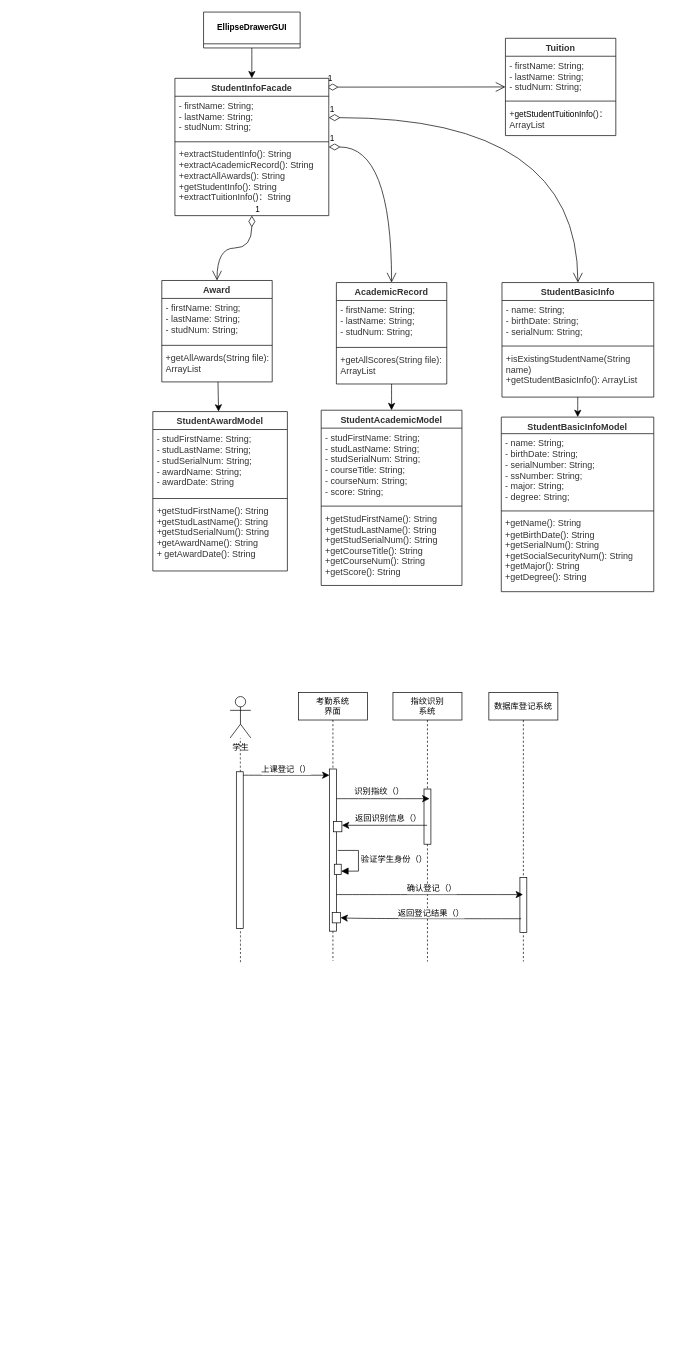
Earlier version of the draw.io diagram page "第 2 页" (2 of 4) of 数据流图.drawio (zhaoziyihbuas/software). Source tidied: cells renumbered, new cells numbered last; positions are measured from the earlier drawing's top-left corner, leaving out a move shared by most shapes. Both pictures are drawn from the tidied source at 69%, with x=0, y=0 at pixel (152, 12).
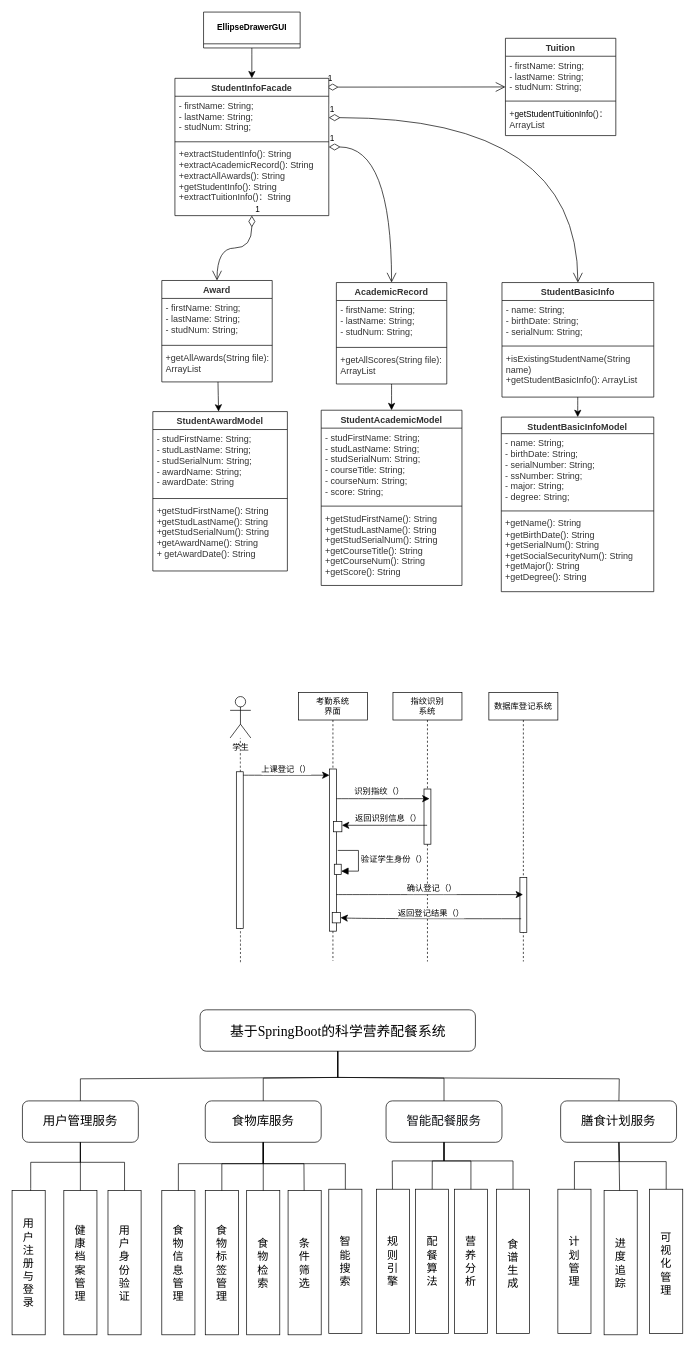
After the change.

Commit message:
毕设系统功能图.drawio

What changed in the source:
```diff
@@
+    <mxCell id="67" value="&lt;p class=&quot;MsoNormal&quot;&gt;&lt;span style=&quot;font-family: 宋体; font-variant-numeric: normal; font-variant-east-asian: normal; font-variant-alternates: normal; font-variant-position: normal; font-variant-emoji: normal; font-size: 15pt;&quot;&gt;&lt;font face=&quot;宋体&quot;&gt;基于&lt;/font&gt;&lt;font face=&quot;Times New Roman&quot;&gt;SpringBoot&lt;/font&gt;&lt;font face=&quot;宋体&quot;&gt;的科学营养配餐系统&lt;/font&gt;&lt;/span&gt;&lt;/p&gt;" style="rounded=1;whiteSpace=wrap;html=1;" parent="1" vertex="1">
+      <mxGeometry x="68.5" y="1446" width="399" height="60" as="geometry" />
+    </mxCell>
+    <mxCell id="68" value="&lt;font style=&quot;font-size: 18px;&quot;&gt;用户管理服务&lt;/font&gt;" style="whiteSpace=wrap;html=1;rounded=1;" parent="1" vertex="1">
+      <mxGeometry x="-189" y="1578" width="168" height="60" as="geometry" />
+    </mxCell>
+    <mxCell id="69" value="&lt;span style=&quot;font-size: medium; background-color: transparent; color: light-dark(rgb(0, 0, 0), rgb(255, 255, 255));&quot;&gt;用&lt;/span&gt;&lt;div&gt;&lt;span style=&quot;font-size: medium; background-color: transparent; color: light-dark(rgb(0, 0, 0), rgb(255, 255, 255));&quot;&gt;户&lt;/span&gt;&lt;div&gt;&lt;font size=&quot;3&quot;&gt;注&lt;/font&gt;&lt;/div&gt;&lt;div&gt;&lt;font size=&quot;3&quot;&gt;册&lt;/font&gt;&lt;/div&gt;&lt;div&gt;&lt;font size=&quot;3&quot;&gt;与&lt;/font&gt;&lt;/div&gt;&lt;div&gt;&lt;font size=&quot;3&quot;&gt;登&lt;/font&gt;&lt;/div&gt;&lt;div&gt;&lt;font size=&quot;3&quot;&gt;录&lt;/font&gt;&lt;/div&gt;&lt;/div&gt;" style="rounded=0;whiteSpace=wrap;html=1;" parent="1" vertex="1">
+      <mxGeometry x="-204" y="1708" width="48" height="209" as="geometry" />
+    </mxCell>
+    <mxCell id="70" value="&lt;span style=&quot;font-size: medium; background-color: transparent; color: light-dark(rgb(0, 0, 0), rgb(255, 255, 255));&quot;&gt;健&lt;/span&gt;&lt;div&gt;&lt;span style=&quot;font-size: medium; background-color: transparent; color: light-dark(rgb(0, 0, 0), rgb(255, 255, 255));&quot;&gt;康&lt;/span&gt;&lt;div&gt;&lt;font size=&quot;3&quot;&gt;档&lt;/font&gt;&lt;/div&gt;&lt;div&gt;&lt;font size=&quot;3&quot;&gt;案&lt;/font&gt;&lt;/div&gt;&lt;div&gt;&lt;font size=&quot;3&quot;&gt;管&lt;/font&gt;&lt;/div&gt;&lt;div&gt;&lt;font size=&quot;3&quot;&gt;理&lt;/font&gt;&lt;/div&gt;&lt;/div&gt;" style="rounded=0;whiteSpace=wrap;html=1;" parent="1" vertex="1">
+      <mxGeometry x="-129" y="1708" width="48" height="209" as="geometry" />
+    </mxCell>
+    <mxCell id="71" value="&lt;span style=&quot;background-color: transparent; color: light-dark(rgb(0, 0, 0), rgb(255, 255, 255)); font-size: medium;&quot;&gt;用&lt;/span&gt;&lt;div&gt;&lt;span style=&quot;background-color: transparent; color: light-dark(rgb(0, 0, 0), rgb(255, 255, 255)); font-size: medium;&quot;&gt;户&lt;/span&gt;&lt;/div&gt;&lt;div&gt;&lt;span style=&quot;background-color: transparent; color: light-dark(rgb(0, 0, 0), rgb(255, 255, 255)); font-size: medium;&quot;&gt;身&lt;/span&gt;&lt;/div&gt;&lt;div&gt;&lt;span style=&quot;background-color: transparent; color: light-dark(rgb(0, 0, 0), rgb(255, 255, 255)); font-size: medium;&quot;&gt;份&lt;/span&gt;&lt;/div&gt;&lt;div&gt;&lt;span style=&quot;background-color: transparent; color: light-dark(rgb(0, 0, 0), rgb(255, 255, 255)); font-size: medium;&quot;&gt;验&lt;/span&gt;&lt;/div&gt;&lt;div&gt;&lt;span style=&quot;background-color: transparent; color: light-dark(rgb(0, 0, 0), rgb(255, 255, 255)); font-size: medium;&quot;&gt;证&lt;/span&gt;&lt;/div&gt;" style="rounded=0;whiteSpace=wrap;html=1;" parent="1" vertex="1">
+      <mxGeometry x="-65" y="1708" width="48" height="209" as="geometry" />
+    </mxCell>
+    <mxCell id="72" value="&lt;span style=&quot;font-size: medium; background-color: transparent; color: light-dark(rgb(0, 0, 0), rgb(255, 255, 255));&quot;&gt;食&lt;/span&gt;&lt;div&gt;&lt;span style=&quot;font-size: medium; background-color: transparent; color: light-dark(rgb(0, 0, 0), rgb(255, 255, 255));&quot;&gt;物&lt;/span&gt;&lt;div&gt;&lt;font size=&quot;3&quot;&gt;信&lt;/font&gt;&lt;/div&gt;&lt;div&gt;&lt;font size=&quot;3&quot;&gt;息&lt;/font&gt;&lt;/div&gt;&lt;div&gt;&lt;font size=&quot;3&quot;&gt;管&lt;/font&gt;&lt;/div&gt;&lt;div&gt;&lt;font size=&quot;3&quot;&gt;理&lt;/font&gt;&lt;/div&gt;&lt;/div&gt;" style="rounded=0;whiteSpace=wrap;html=1;" parent="1" vertex="1">
+      <mxGeometry x="13" y="1708" width="48" height="209" as="geometry" />
+    </mxCell>
+    <mxCell id="73" value="&lt;div&gt;&lt;span style=&quot;background-color: transparent; color: light-dark(rgb(0, 0, 0), rgb(255, 255, 255)); font-size: medium;&quot;&gt;食&lt;/span&gt;&lt;/div&gt;&lt;div&gt;&lt;span style=&quot;background-color: transparent; color: light-dark(rgb(0, 0, 0), rgb(255, 255, 255)); font-size: medium;&quot;&gt;物&lt;/span&gt;&lt;/div&gt;&lt;div&gt;&lt;span style=&quot;background-color: transparent; color: light-dark(rgb(0, 0, 0), rgb(255, 255, 255)); font-size: medium;&quot;&gt;标&lt;/span&gt;&lt;/div&gt;&lt;div&gt;&lt;span style=&quot;background-color: transparent; color: light-dark(rgb(0, 0, 0), rgb(255, 255, 255)); font-size: medium;&quot;&gt;签&lt;/span&gt;&lt;/div&gt;&lt;div&gt;&lt;span style=&quot;background-color: transparent; color: light-dark(rgb(0, 0, 0), rgb(255, 255, 255)); font-size: medium;&quot;&gt;管&lt;/span&gt;&lt;/div&gt;&lt;div&gt;&lt;span style=&quot;background-color: transparent; color: light-dark(rgb(0, 0, 0), rgb(255, 255, 255)); font-size: medium;&quot;&gt;理&lt;/span&gt;&lt;/div&gt;" style="rounded=0;whiteSpace=wrap;html=1;" parent="1" vertex="1">
+      <mxGeometry x="76" y="1708" width="48" height="209" as="geometry" />
+    </mxCell>
+    <mxCell id="74" value="&lt;span style=&quot;background-color: transparent; color: light-dark(rgb(0, 0, 0), rgb(255, 255, 255)); font-size: medium;&quot;&gt;食&lt;/span&gt;&lt;div&gt;&lt;span style=&quot;background-color: transparent; color: light-dark(rgb(0, 0, 0), rgb(255, 255, 255)); font-size: medium;&quot;&gt;物&lt;/span&gt;&lt;/div&gt;&lt;div&gt;&lt;font size=&quot;3&quot;&gt;检&lt;/font&gt;&lt;/div&gt;&lt;div&gt;&lt;font size=&quot;3&quot;&gt;索&lt;/font&gt;&lt;/div&gt;" style="rounded=0;whiteSpace=wrap;html=1;" parent="1" vertex="1">
+      <mxGeometry x="136" y="1708" width="48" height="209" as="geometry" />
+    </mxCell>
+    <mxCell id="75" value="&lt;div&gt;&lt;span style=&quot;background-color: transparent; color: light-dark(rgb(0, 0, 0), rgb(255, 255, 255)); font-size: medium;&quot;&gt;条&lt;/span&gt;&lt;/div&gt;&lt;div&gt;&lt;font size=&quot;3&quot;&gt;件&lt;/font&gt;&lt;/div&gt;&lt;div&gt;&lt;font size=&quot;3&quot;&gt;筛&lt;/font&gt;&lt;/div&gt;&lt;div&gt;&lt;font size=&quot;3&quot;&gt;选&lt;/font&gt;&lt;/div&gt;" style="rounded=0;whiteSpace=wrap;html=1;" parent="1" vertex="1">
+      <mxGeometry x="196" y="1708" width="48" height="209" as="geometry" />
+    </mxCell>
+    <mxCell id="76" value="&lt;div&gt;&lt;span style=&quot;background-color: transparent; color: light-dark(rgb(0, 0, 0), rgb(255, 255, 255)); font-size: medium;&quot;&gt;智&lt;/span&gt;&lt;/div&gt;&lt;div&gt;&lt;span style=&quot;background-color: transparent; color: light-dark(rgb(0, 0, 0), rgb(255, 255, 255)); font-size: medium;&quot;&gt;能&lt;/span&gt;&lt;/div&gt;&lt;div&gt;&lt;span style=&quot;background-color: transparent; color: light-dark(rgb(0, 0, 0), rgb(255, 255, 255)); font-size: medium;&quot;&gt;搜&lt;/span&gt;&lt;/div&gt;&lt;div&gt;&lt;span style=&quot;background-color: transparent; color: light-dark(rgb(0, 0, 0), rgb(255, 255, 255)); font-size: medium;&quot;&gt;索&lt;/span&gt;&lt;/div&gt;" style="rounded=0;whiteSpace=wrap;html=1;" parent="1" vertex="1">
+      <mxGeometry x="255" y="1706" width="48" height="209" as="geometry" />
+    </mxCell>
+    <mxCell id="77" value="&lt;div&gt;&lt;span style=&quot;font-size: medium; background-color: transparent; color: light-dark(rgb(0, 0, 0), rgb(255, 255, 255));&quot;&gt;规&lt;/span&gt;&lt;/div&gt;&lt;div&gt;&lt;font size=&quot;3&quot;&gt;则&lt;/font&gt;&lt;/div&gt;&lt;div&gt;&lt;font size=&quot;3&quot;&gt;引&lt;/font&gt;&lt;/div&gt;&lt;div&gt;&lt;font size=&quot;3&quot;&gt;擎&lt;/font&gt;&lt;/div&gt;" style="rounded=0;whiteSpace=wrap;html=1;" parent="1" vertex="1">
+      <mxGeometry x="324" y="1706" width="48" height="209" as="geometry" />
+    </mxCell>
+    <mxCell id="78" value="&lt;div&gt;&lt;span style=&quot;font-size: medium; background-color: transparent; color: light-dark(rgb(0, 0, 0), rgb(255, 255, 255));&quot;&gt;配&lt;/span&gt;&lt;/div&gt;&lt;div&gt;&lt;font size=&quot;3&quot;&gt;餐&lt;/font&gt;&lt;/div&gt;&lt;div&gt;&lt;font size=&quot;3&quot;&gt;算&lt;/font&gt;&lt;/div&gt;&lt;div&gt;&lt;font size=&quot;3&quot;&gt;法&lt;/font&gt;&lt;/div&gt;" style="rounded=0;whiteSpace=wrap;html=1;" parent="1" vertex="1">
+      <mxGeometry x="380.5" y="1706" width="48" height="209" as="geometry" />
+    </mxCell>
+    <mxCell id="79" value="&lt;div&gt;&lt;span style=&quot;background-color: transparent; color: light-dark(rgb(0, 0, 0), rgb(255, 255, 255)); font-size: medium;&quot;&gt;营&lt;/span&gt;&lt;/div&gt;&lt;div&gt;&lt;span style=&quot;background-color: transparent; color: light-dark(rgb(0, 0, 0), rgb(255, 255, 255)); font-size: medium;&quot;&gt;养&lt;/span&gt;&lt;/div&gt;&lt;div&gt;&lt;span style=&quot;background-color: transparent; color: light-dark(rgb(0, 0, 0), rgb(255, 255, 255)); font-size: medium;&quot;&gt;分&lt;/span&gt;&lt;/div&gt;&lt;div&gt;&lt;span style=&quot;background-color: transparent; color: light-dark(rgb(0, 0, 0), rgb(255, 255, 255)); font-size: medium;&quot;&gt;析&lt;/span&gt;&lt;/div&gt;" style="rounded=0;whiteSpace=wrap;html=1;" parent="1" vertex="1">
+      <mxGeometry x="437" y="1706" width="48" height="209" as="geometry" />
+    </mxCell>
+    <mxCell id="80" value="&lt;div&gt;&lt;span style=&quot;background-color: transparent; color: light-dark(rgb(0, 0, 0), rgb(255, 255, 255)); font-size: medium;&quot;&gt;计&lt;/span&gt;&lt;/div&gt;&lt;div&gt;&lt;font size=&quot;3&quot;&gt;划&lt;/font&gt;&lt;/div&gt;&lt;div&gt;&lt;font size=&quot;3&quot;&gt;管&lt;/font&gt;&lt;/div&gt;&lt;div&gt;&lt;font size=&quot;3&quot;&gt;理&lt;/font&gt;&lt;/div&gt;" style="rounded=0;whiteSpace=wrap;html=1;" parent="1" vertex="1">
+      <mxGeometry x="587" y="1706" width="48" height="209" as="geometry" />
+    </mxCell>
+    <mxCell id="81" value="&lt;div&gt;&lt;span style=&quot;background-color: transparent; color: light-dark(rgb(0, 0, 0), rgb(255, 255, 255)); font-size: medium;&quot;&gt;进&lt;/span&gt;&lt;/div&gt;&lt;div&gt;&lt;span style=&quot;font-size: medium; background-color: transparent; color: light-dark(rgb(0, 0, 0), rgb(255, 255, 255));&quot;&gt;度&lt;/span&gt;&lt;/div&gt;&lt;div&gt;&lt;span style=&quot;font-size: medium; background-color: transparent; color: light-dark(rgb(0, 0, 0), rgb(255, 255, 255));&quot;&gt;追&lt;/span&gt;&lt;/div&gt;&lt;div&gt;&lt;span style=&quot;font-size: medium; background-color: transparent; color: light-dark(rgb(0, 0, 0), rgb(255, 255, 255));&quot;&gt;踪&lt;/span&gt;&lt;/div&gt;" style="rounded=0;whiteSpace=wrap;html=1;" parent="1" vertex="1">
+      <mxGeometry x="654" y="1708" width="48" height="209" as="geometry" />
+    </mxCell>
+    <mxCell id="82" value="&lt;div&gt;&lt;span style=&quot;background-color: transparent; color: light-dark(rgb(0, 0, 0), rgb(255, 255, 255)); font-size: medium;&quot;&gt;&lt;br&gt;&lt;/span&gt;&lt;/div&gt;&lt;div&gt;&lt;span style=&quot;background-color: transparent; color: light-dark(rgb(0, 0, 0), rgb(255, 255, 255)); font-size: medium;&quot;&gt;可&lt;/span&gt;&lt;/div&gt;&lt;div&gt;&lt;span style=&quot;background-color: transparent; color: light-dark(rgb(0, 0, 0), rgb(255, 255, 255)); font-size: medium;&quot;&gt;视&lt;/span&gt;&lt;/div&gt;&lt;div&gt;&lt;span style=&quot;background-color: transparent; color: light-dark(rgb(0, 0, 0), rgb(255, 255, 255)); font-size: medium;&quot;&gt;化&lt;/span&gt;&lt;/div&gt;&lt;div&gt;&lt;span style=&quot;background-color: transparent; color: light-dark(rgb(0, 0, 0), rgb(255, 255, 255)); font-size: medium;&quot;&gt;管&lt;/span&gt;&lt;/div&gt;&lt;div&gt;&lt;span style=&quot;background-color: transparent; color: light-dark(rgb(0, 0, 0), rgb(255, 255, 255)); font-size: medium;&quot;&gt;理&lt;/span&gt;&lt;/div&gt;&lt;div&gt;&lt;br&gt;&lt;/div&gt;" style="rounded=0;whiteSpace=wrap;html=1;" parent="1" vertex="1">
+      <mxGeometry x="720" y="1706" width="48" height="209" as="geometry" />
+    </mxCell>
+    <mxCell id="83" value="&lt;div&gt;&lt;span style=&quot;background-color: transparent; color: light-dark(rgb(0, 0, 0), rgb(255, 255, 255)); font-size: medium;&quot;&gt;&lt;br&gt;&lt;/span&gt;&lt;/div&gt;&lt;div&gt;&lt;span style=&quot;background-color: transparent; color: light-dark(rgb(0, 0, 0), rgb(255, 255, 255)); font-size: medium;&quot;&gt;食&lt;/span&gt;&lt;/div&gt;&lt;div&gt;&lt;span style=&quot;font-size: medium; background-color: transparent; color: light-dark(rgb(0, 0, 0), rgb(255, 255, 255));&quot;&gt;谱&lt;/span&gt;&lt;/div&gt;&lt;div&gt;&lt;span style=&quot;font-size: medium; background-color: transparent; color: light-dark(rgb(0, 0, 0), rgb(255, 255, 255));&quot;&gt;生&lt;/span&gt;&lt;/div&gt;&lt;div&gt;&lt;span style=&quot;font-size: medium; background-color: transparent; color: light-dark(rgb(0, 0, 0), rgb(255, 255, 255));&quot;&gt;成&lt;/span&gt;&lt;/div&gt;&lt;div&gt;&lt;br&gt;&lt;/div&gt;" style="rounded=0;whiteSpace=wrap;html=1;" parent="1" vertex="1">
+      <mxGeometry x="498" y="1706" width="48" height="209" as="geometry" />
+    </mxCell>
+    <mxCell id="84" value="&lt;span style=&quot;font-size: 18px;&quot;&gt;食物库服务&lt;/span&gt;" style="whiteSpace=wrap;html=1;rounded=1;" parent="1" vertex="1">
+      <mxGeometry x="76" y="1578" width="168" height="60" as="geometry" />
+    </mxCell>
+    <mxCell id="85" value="&lt;span style=&quot;color: rgb(15, 17, 21); font-size: 18px; text-align: start; background-color: rgb(255, 255, 255);&quot;&gt;智能配餐服务&lt;/span&gt;" style="whiteSpace=wrap;html=1;rounded=1;" parent="1" vertex="1">
+      <mxGeometry x="338" y="1578" width="168" height="60" as="geometry" />
+    </mxCell>
+    <mxCell id="86" value="&lt;span style=&quot;font-size: 18px;&quot;&gt;膳食计划服务&lt;/span&gt;" style="whiteSpace=wrap;html=1;rounded=1;" parent="1" vertex="1">
+      <mxGeometry x="591" y="1578" width="168" height="60" as="geometry" />
+    </mxCell>
+    <mxCell id="87" style="endArrow=none;html=1;rounded=0;" parent="1" edge="1" source="68" target="67">
+      <mxGeometry relative="1" as="geometry">
+        <Array as="points">
+          <mxPoint x="-105" y="1546" />
+          <mxPoint x="268" y="1544" />
+        </Array>
+      </mxGeometry>
+    </mxCell>
+    <mxCell id="88" style="endArrow=none;html=1;rounded=0;" parent="1" edge="1" source="84" target="67">
+      <mxGeometry relative="1" as="geometry">
+        <Array as="points">
+          <mxPoint x="160" y="1545" />
+          <mxPoint x="268" y="1544" />
+        </Array>
+      </mxGeometry>
+    </mxCell>
+    <mxCell id="89" style="endArrow=none;html=1;rounded=0;" parent="1" edge="1" source="85" target="67">
+      <mxGeometry relative="1" as="geometry">
+        <Array as="points">
+          <mxPoint x="422" y="1545" />
+          <mxPoint x="268" y="1544" />
+        </Array>
+      </mxGeometry>
+    </mxCell>
+    <mxCell id="90" style="endArrow=none;html=1;rounded=0;" parent="1" edge="1" source="67" target="86">
+      <mxGeometry relative="1" as="geometry">
+        <Array as="points">
+          <mxPoint x="268" y="1544" />
+          <mxPoint x="676" y="1546" />
+        </Array>
+      </mxGeometry>
+    </mxCell>
+    <mxCell id="91" style="endArrow=none;html=1;rounded=0;" parent="1" edge="1" source="69" target="68">
+      <mxGeometry relative="1" as="geometry">
+        <Array as="points">
+          <mxPoint x="-177" y="1705" />
+          <mxPoint x="-177" y="1667" />
+          <mxPoint x="-105" y="1667" />
+        </Array>
+      </mxGeometry>
+    </mxCell>
+    <mxCell id="92" style="endArrow=none;html=1;rounded=0;" parent="1" edge="1" source="70" target="68">
+      <mxGeometry relative="1" as="geometry" />
+    </mxCell>
+    <mxCell id="93" style="endArrow=none;html=1;rounded=0;" parent="1" edge="1" source="71" target="68">
+      <mxGeometry relative="1" as="geometry">
+        <Array as="points">
+          <mxPoint x="-41" y="1667" />
+          <mxPoint x="-105" y="1667" />
+        </Array>
+      </mxGeometry>
+    </mxCell>
+    <mxCell id="94" style="endArrow=none;html=1;rounded=0;" parent="1" edge="1" source="72" target="84">
+      <mxGeometry relative="1" as="geometry">
+        <Array as="points">
+          <mxPoint x="37" y="1669" />
+          <mxPoint x="160" y="1669" />
+        </Array>
+      </mxGeometry>
+    </mxCell>
+    <mxCell id="95" style="endArrow=none;html=1;rounded=0;" parent="1" edge="1" source="73" target="84">
+      <mxGeometry relative="1" as="geometry">
+        <Array as="points">
+          <mxPoint x="100" y="1669" />
+          <mxPoint x="160" y="1669" />
+        </Array>
+      </mxGeometry>
+    </mxCell>
+    <mxCell id="96" style="endArrow=none;html=1;rounded=0;" parent="1" edge="1" source="74" target="84">
+      <mxGeometry relative="1" as="geometry" />
+    </mxCell>
+    <mxCell id="97" style="endArrow=none;html=1;rounded=0;" parent="1" edge="1" source="75" target="84">
+      <mxGeometry relative="1" as="geometry">
+        <Array as="points">
+          <mxPoint x="219" y="1669" />
+          <mxPoint x="160" y="1669" />
+        </Array>
+      </mxGeometry>
+    </mxCell>
+    <mxCell id="98" style="endArrow=none;html=1;rounded=0;" parent="1" edge="1" source="76" target="84">
+      <mxGeometry relative="1" as="geometry">
+        <Array as="points">
+          <mxPoint x="279" y="1669" />
+          <mxPoint x="160" y="1669" />
+        </Array>
+      </mxGeometry>
+    </mxCell>
+    <mxCell id="99" style="endArrow=none;html=1;rounded=0;" parent="1" edge="1" source="77" target="85">
+      <mxGeometry relative="1" as="geometry">
+        <Array as="points">
+          <mxPoint x="347" y="1665" />
+          <mxPoint x="422" y="1665" />
+        </Array>
+      </mxGeometry>
+    </mxCell>
+    <mxCell id="100" style="endArrow=none;html=1;rounded=0;" parent="1" edge="1" source="78" target="85">
+      <mxGeometry relative="1" as="geometry">
+        <Array as="points">
+          <mxPoint x="405" y="1665" />
+          <mxPoint x="422" y="1665" />
+        </Array>
+      </mxGeometry>
+    </mxCell>
+    <mxCell id="101" style="endArrow=none;html=1;rounded=0;" parent="1" edge="1" source="79" target="85">
+      <mxGeometry relative="1" as="geometry">
+        <Array as="points">
+          <mxPoint x="461" y="1665" />
+          <mxPoint x="422" y="1665" />
+        </Array>
+      </mxGeometry>
+    </mxCell>
+    <mxCell id="102" style="endArrow=none;html=1;rounded=0;" parent="1" edge="1" source="83" target="85">
+      <mxGeometry relative="1" as="geometry">
+        <Array as="points">
+          <mxPoint x="522" y="1665" />
+          <mxPoint x="422" y="1665" />
+        </Array>
+      </mxGeometry>
+    </mxCell>
+    <mxCell id="103" style="endArrow=none;html=1;rounded=0;" parent="1" edge="1" source="80" target="86">
+      <mxGeometry relative="1" as="geometry">
+        <Array as="points">
+          <mxPoint x="611" y="1666" />
+          <mxPoint x="676" y="1666" />
+        </Array>
+      </mxGeometry>
+    </mxCell>
+    <mxCell id="104" style="endArrow=none;html=1;rounded=0;" parent="1" edge="1" source="81" target="86">
+      <mxGeometry relative="1" as="geometry" />
+    </mxCell>
+    <mxCell id="105" style="endArrow=none;html=1;rounded=0;" parent="1" edge="1" source="82" target="86">
+      <mxGeometry relative="1" as="geometry">
+        <Array as="points">
+          <mxPoint x="744" y="1666" />
+          <mxPoint x="676" y="1666" />
+        </Array>
+      </mxGeometry>
+    </mxCell>
```
